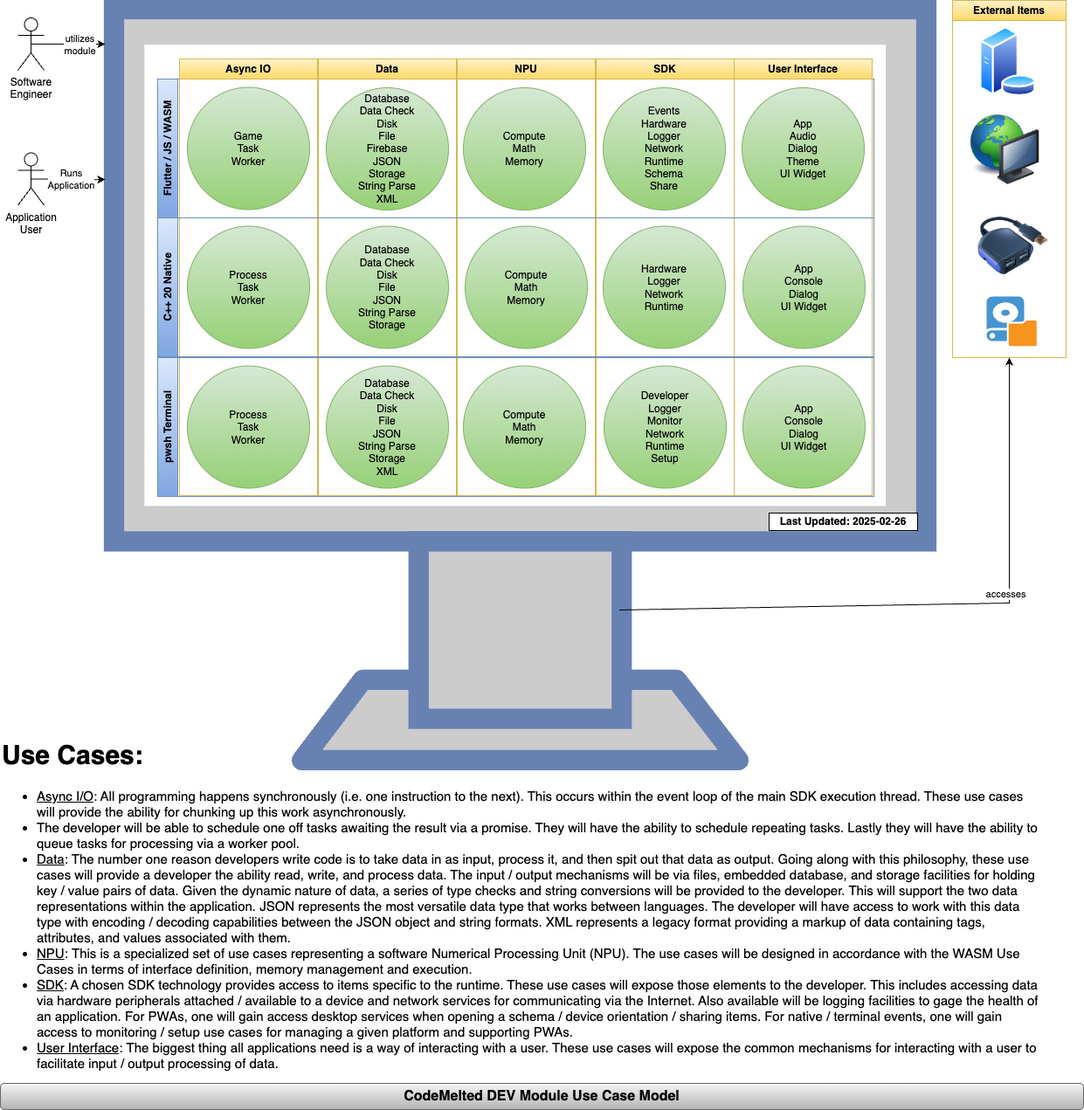
Above: design-notes/use-case-model.drawio.png in CodeMelted/codemelted_developer (draw.io), before the change. Source tidied: cells renumbered, new cells last; positions are measured from the earlier drawing's top-left corner, leaving out a move shared by most shapes.
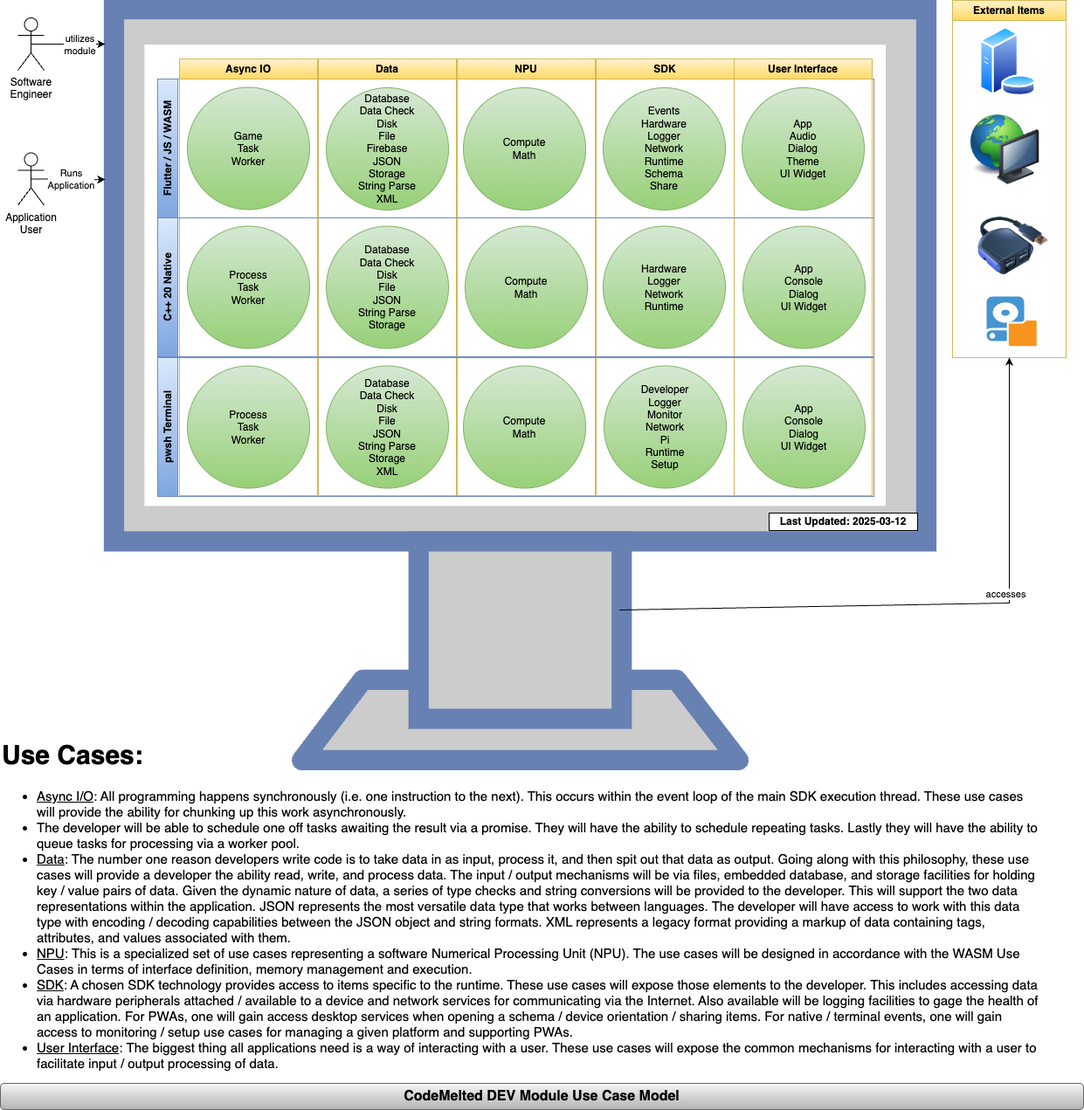
The same file after the commit.

Commit message:
codemelted_task implemented. Use case updated for terminal module.

Change to the diagram source:
```diff
@@ -61,7 +61,7 @@
         <mxPoint x="-7" y="113" as="offset" />
       </mxGeometry>
     </mxCell>
-    <mxCell id="17" value="&lt;b&gt;Last Updated: 2025-02-26&lt;/b&gt;" style="rounded=0;whiteSpace=wrap;html=1;" parent="1" vertex="1">
+    <mxCell id="17" value="&lt;b&gt;Last Updated: 2025-03-12&lt;/b&gt;" style="rounded=0;whiteSpace=wrap;html=1;" parent="1" vertex="1">
       <mxGeometry x="880" y="587" width="170" height="20" as="geometry" />
     </mxCell>
     <mxCell id="18" value="&lt;h1 style=&quot;margin-top: 0px;&quot;&gt;Use Cases:&lt;/h1&gt;&lt;p&gt;&lt;/p&gt;&lt;ul&gt;&lt;li&gt;&lt;u&gt;Async I/O&lt;/u&gt;: All programming happens synchronously (i.e. one instruction to the next). This occurs within the event loop of the main SDK execution thread. These use cases will provide the ability for chunking up this work asynchronously.&lt;/li&gt;&lt;li&gt;&lt;span style=&quot;background-color: transparent; color: light-dark(rgb(0, 0, 0), rgb(255, 255, 255));&quot;&gt;The developer will be able to schedule one off tasks awaiting the result via a promise. They will have the ability to schedule repeating tasks. Lastly they will have the ability to queue tasks for processing via a worker pool.&lt;/span&gt;&lt;/li&gt;&lt;li&gt;&lt;u&gt;Data&lt;/u&gt;: The number one reason developers write code is to take data in as input, process it, and then spit out that data as output. Going along with this philosophy, these use cases will provide a developer the ability read, write, and process data. The input / output mechanisms will be via files, embedded database, and storage facilities for holding key / value pairs of data. Given the dynamic nature of data, a series of type checks and string conversions will be provided to the developer. This will support the two data representations within the application. JSON represents the most versatile data type that works between languages. The developer will have access to work with this data type with encoding / decoding capabilities between the JSON object and string formats. XML represents a legacy format providing a markup of data containing tags, attributes, and values associated with them.&amp;nbsp;&lt;/li&gt;&lt;li&gt;&lt;u&gt;NPU&lt;/u&gt;:&amp;nbsp;This is a specialized set of use cases representing a software Numerical Processing Unit (NPU). The use cases will be designed in accordance with the WASM Use Cases in terms of interface definition, memory management and execution.&lt;/li&gt;&lt;li&gt;&lt;u&gt;SDK&lt;/u&gt;: A chosen SDK technology provides access to items specific to the runtime. These use cases will expose those elements to the developer. This includes accessing data via hardware peripherals attached / available to a device and network services for communicating via the Internet. Also available will be logging facilities to gage the health of an application. For PWAs, one will gain access desktop services when opening a schema / device orientation / sharing items. For native / terminal events, one will gain access to monitoring / setup use cases for managing a given platform and supporting PWAs.&lt;/li&gt;&lt;li&gt;&lt;u&gt;User Interface&lt;/u&gt;:&amp;nbsp;The biggest thing all applications need is a way of interacting with a user. These use cases will expose the common mechanisms for interacting with a user to facilitate input / output processing of data.&lt;/li&gt;&lt;/ul&gt;&lt;p&gt;&lt;/p&gt;" style="text;html=1;whiteSpace=wrap;overflow=hidden;rounded=0;fontSize=15;" parent="1" vertex="1">
@@ -94,7 +94,7 @@
     <mxCell id="27" value="&lt;div&gt;Game&lt;/div&gt;Task&lt;div&gt;Worker&lt;/div&gt;" style="ellipse;whiteSpace=wrap;html=1;fillColor=#d5e8d4;gradientColor=#97d077;strokeColor=#82b366;" parent="26" vertex="1">
       <mxGeometry x="9" y="32.5" width="140" height="140" as="geometry" />
     </mxCell>
-    <mxCell id="28" value="Compute&lt;div&gt;Math&lt;/div&gt;&lt;div&gt;Memory&lt;/div&gt;" style="ellipse;whiteSpace=wrap;html=1;fillColor=#d5e8d4;gradientColor=#97d077;strokeColor=#82b366;" parent="1" vertex="1">
+    <mxCell id="28" value="Compute&lt;div&gt;Math&lt;/div&gt;" style="ellipse;whiteSpace=wrap;html=1;fillColor=#d5e8d4;gradientColor=#97d077;strokeColor=#82b366;" parent="1" vertex="1">
       <mxGeometry x="530" y="100" width="140" height="140" as="geometry" />
     </mxCell>
     <mxCell id="29" value="Events&lt;div&gt;Hardware&lt;/div&gt;&lt;div&gt;Logger&lt;/div&gt;&lt;div&gt;Network&lt;/div&gt;&lt;div&gt;&lt;span style=&quot;background-color: transparent; color: light-dark(rgb(0, 0, 0), rgb(255, 255, 255));&quot;&gt;Runtime&lt;/span&gt;&lt;/div&gt;&lt;div&gt;Schema&lt;/div&gt;&lt;div&gt;Share&lt;/div&gt;" style="ellipse;whiteSpace=wrap;html=1;fillColor=#d5e8d4;gradientColor=#97d077;strokeColor=#82b366;" parent="1" vertex="1">
@@ -106,7 +106,7 @@
     <mxCell id="31" value="Database&lt;div&gt;Data Check&lt;/div&gt;&lt;div&gt;Disk&lt;/div&gt;&lt;div&gt;File&lt;/div&gt;&lt;div&gt;&lt;span style=&quot;background-color: transparent; color: light-dark(rgb(0, 0, 0), rgb(255, 255, 255));&quot;&gt;JSON&lt;/span&gt;&lt;/div&gt;&lt;div&gt;String Parse&lt;/div&gt;&lt;div&gt;Storage&lt;/div&gt;" style="ellipse;whiteSpace=wrap;html=1;fillColor=#d5e8d4;gradientColor=#97d077;strokeColor=#82b366;" parent="30" vertex="1">
       <mxGeometry x="193" y="9.5" width="140" height="140" as="geometry" />
     </mxCell>
-    <mxCell id="32" value="Compute&lt;div&gt;Math&lt;/div&gt;&lt;div&gt;Memory&lt;/div&gt;" style="ellipse;whiteSpace=wrap;html=1;fillColor=#d5e8d4;gradientColor=#97d077;strokeColor=#82b366;" parent="30" vertex="1">
+    <mxCell id="32" value="Compute&lt;div&gt;Math&lt;/div&gt;" style="ellipse;whiteSpace=wrap;html=1;fillColor=#d5e8d4;gradientColor=#97d077;strokeColor=#82b366;" parent="30" vertex="1">
       <mxGeometry x="352" y="9.5" width="140" height="140" as="geometry" />
     </mxCell>
     <mxCell id="33" value="&lt;div&gt;Hardware&lt;/div&gt;Logger&lt;div&gt;Network&lt;/div&gt;&lt;div&gt;Runtime&lt;/div&gt;" style="ellipse;whiteSpace=wrap;html=1;fillColor=#d5e8d4;gradientColor=#97d077;strokeColor=#82b366;" parent="30" vertex="1">
@@ -130,10 +130,10 @@
     <mxCell id="39" value="&lt;div&gt;Process&lt;/div&gt;&lt;div&gt;Task&lt;/div&gt;&lt;div&gt;Worker&lt;/div&gt;" style="ellipse;whiteSpace=wrap;html=1;fillColor=#d5e8d4;gradientColor=#97d077;strokeColor=#82b366;" parent="1" vertex="1">
       <mxGeometry x="214" y="258.5" width="140" height="140" as="geometry" />
     </mxCell>
-    <mxCell id="40" value="Compute&lt;div&gt;Math&lt;/div&gt;&lt;div&gt;Memory&lt;/div&gt;" style="ellipse;whiteSpace=wrap;html=1;fillColor=#d5e8d4;gradientColor=#97d077;strokeColor=#82b366;" parent="1" vertex="1">
+    <mxCell id="40" value="Compute&lt;div&gt;Math&lt;/div&gt;" style="ellipse;whiteSpace=wrap;html=1;fillColor=#d5e8d4;gradientColor=#97d077;strokeColor=#82b366;" parent="1" vertex="1">
       <mxGeometry x="530" y="418.5" width="140" height="140" as="geometry" />
     </mxCell>
-    <mxCell id="41" value="&lt;div&gt;Developer&lt;/div&gt;Logger&lt;div&gt;Monitor&lt;/div&gt;&lt;div&gt;Network&lt;/div&gt;&lt;div&gt;Runtime&lt;/div&gt;&lt;div&gt;Setup&lt;/div&gt;" style="ellipse;whiteSpace=wrap;html=1;fillColor=#d5e8d4;gradientColor=#97d077;strokeColor=#82b366;" parent="1" vertex="1">
+    <mxCell id="41" value="&lt;div&gt;Developer&lt;/div&gt;Logger&lt;div&gt;Monitor&lt;/div&gt;&lt;div&gt;Network&lt;/div&gt;&lt;div&gt;Pi&lt;/div&gt;&lt;div&gt;Runtime&lt;/div&gt;&lt;div&gt;Setup&lt;/div&gt;" style="ellipse;whiteSpace=wrap;html=1;fillColor=#d5e8d4;gradientColor=#97d077;strokeColor=#82b366;" parent="1" vertex="1">
       <mxGeometry x="691" y="418.5" width="140" height="140" as="geometry" />
     </mxCell>
   </root>
```
